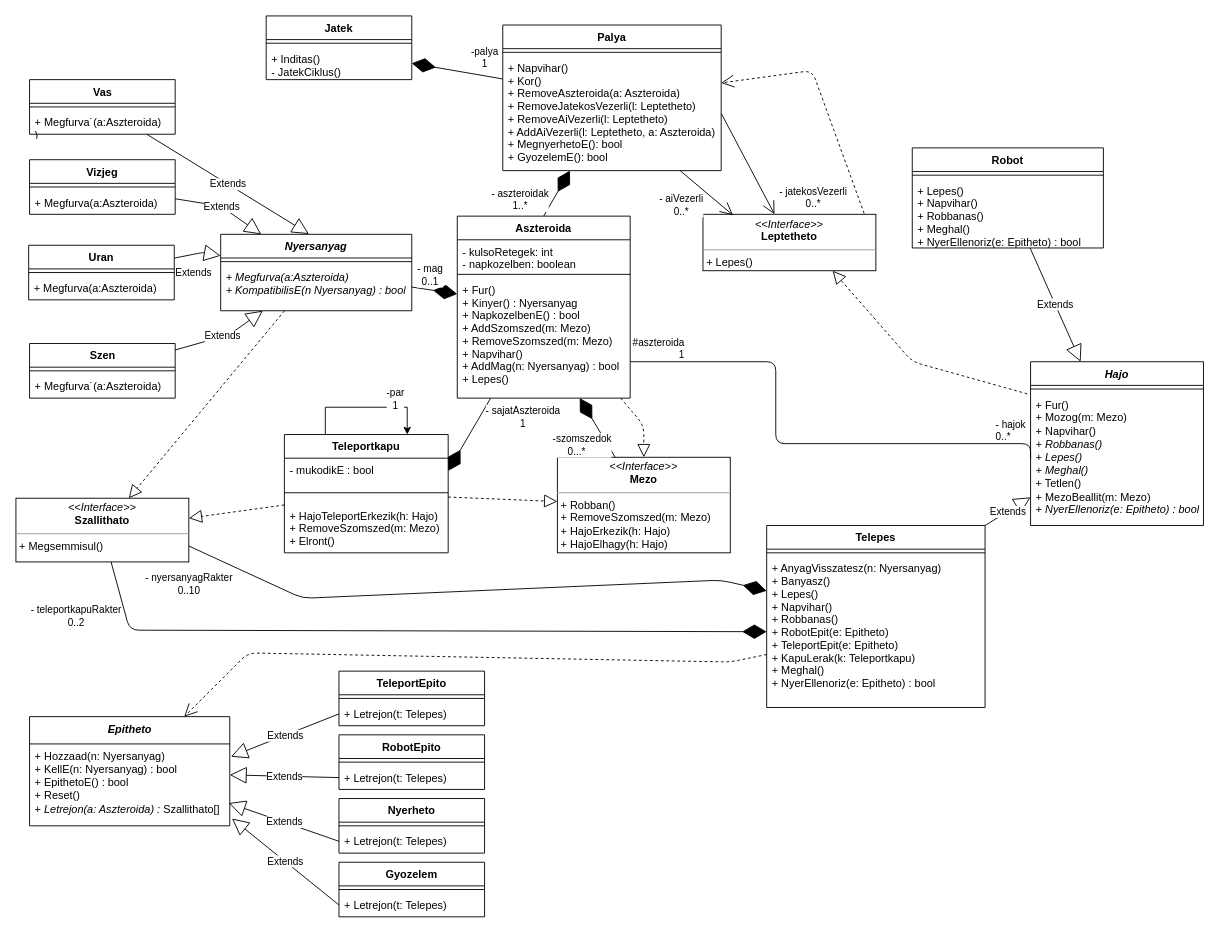
torpeBoiGo/aszteroidabanyaszat keeps this draw.io diagram as doc/uml/class.drawio. Above is the earlier version. Source tidied: cells renumbered, new cells numbered last; positions are measured from the earlier drawing's top-left corner, leaving out a move shared by most shapes. Both pictures are drawn from the tidied source at 91%, with x=0, y=0 at pixel (15, 15).
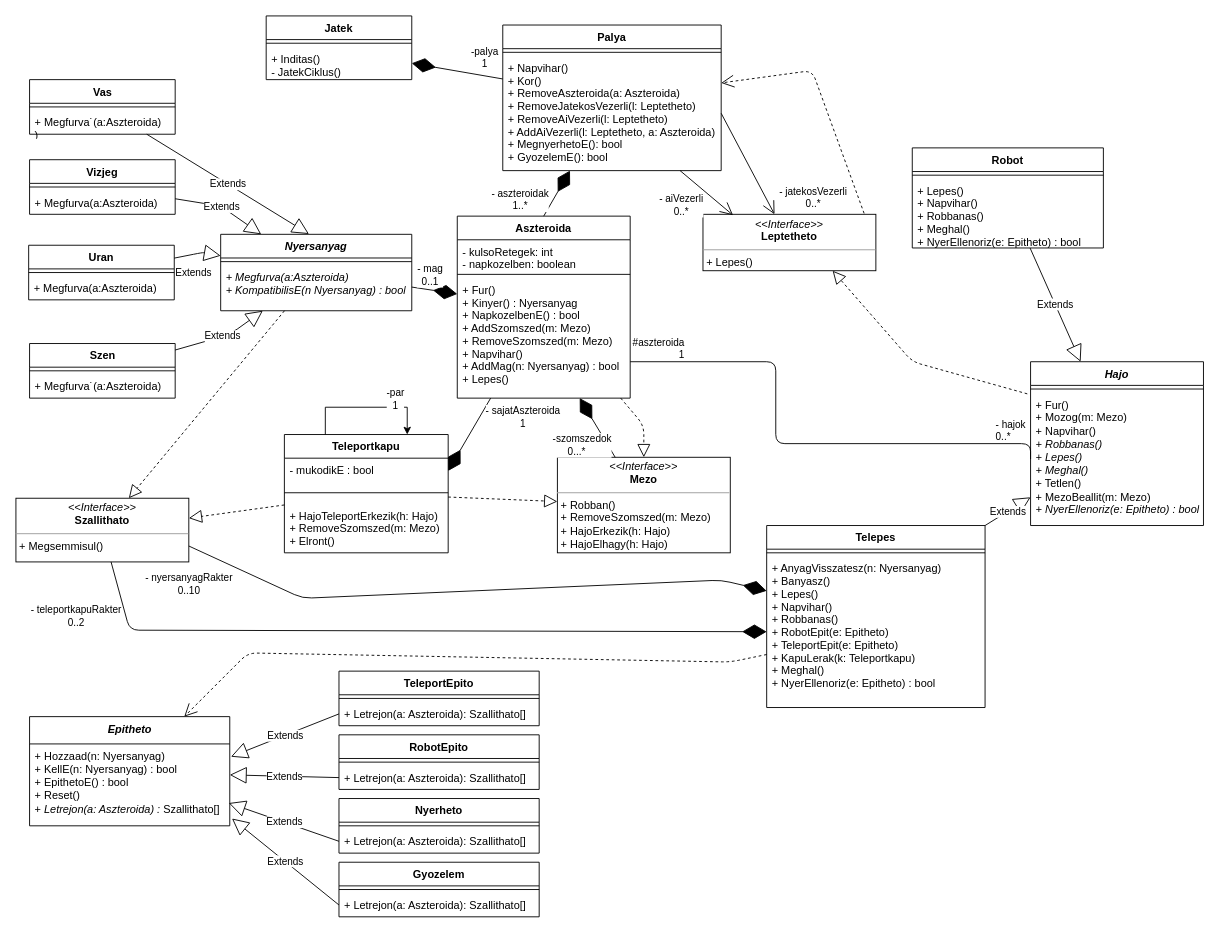
The same page after the edit.

Commit message:
+ Letrejon(a: Aszteroida): Szallithato[]

What changed in the source:
```diff
@@
     <mxCell id="73" value="TeleportEpito" style="swimlane;fontStyle=1;align=center;verticalAlign=top;horizontal=1;startSize=26;" parent="1" vertex="1">
-      <mxGeometry x="355" y="720" width="160" height="60" as="geometry" />
+      <mxGeometry x="355" y="720" width="220" height="60" as="geometry" />
     </mxCell>
     <mxCell id="74" style="line;strokeWidth=1;fillColor=none;align=left;verticalAlign=middle;spacingTop=-1;spacingLeft=3;spacingRight=3;labelPosition=right;" parent="73" vertex="1">
-      <mxGeometry y="26" width="160" height="8" as="geometry" />
+      <mxGeometry y="26" width="220" height="8" as="geometry" />
     </mxCell>
-    <mxCell id="75" value="+ Letrejon(t: Telepes)" style="text;strokeColor=none;fillColor=none;align=left;verticalAlign=top;spacingLeft=4;spacingRight=4;overflow=hidden;points=[[0,0.5],[1,0.5]];portConstraint=eastwest;" parent="73" vertex="1">
-      <mxGeometry y="34" width="160" height="26" as="geometry" />
+    <mxCell id="75" value="+ Letrejon(a: Aszteroida): Szallithato[]" style="text;strokeColor=none;fillColor=none;align=left;verticalAlign=top;spacingLeft=4;spacingRight=4;overflow=hidden;points=[[0,0.5],[1,0.5]];portConstraint=eastwest;" parent="73" vertex="1">
+      <mxGeometry y="34" width="220" height="26" as="geometry" />
     </mxCell>
     <mxCell id="76" value="RobotEpito" style="swimlane;fontStyle=1;align=center;verticalAlign=top;horizontal=1;startSize=26;" parent="1" vertex="1">
-      <mxGeometry x="355" y="790" width="160" height="60" as="geometry" />
+      <mxGeometry x="355" y="790" width="220" height="60" as="geometry" />
     </mxCell>
     <mxCell id="77" style="line;strokeWidth=1;fillColor=none;align=left;verticalAlign=middle;spacingTop=-1;spacingLeft=3;spacingRight=3;labelPosition=right;" parent="76" vertex="1">
-      <mxGeometry y="26" width="160" height="8" as="geometry" />
+      <mxGeometry y="26" width="220" height="8" as="geometry" />
     </mxCell>
-    <mxCell id="78" value="+ Letrejon(t: Telepes)" style="text;strokeColor=none;fillColor=none;align=left;verticalAlign=top;spacingLeft=4;spacingRight=4;overflow=hidden;points=[[0,0.5],[1,0.5]];portConstraint=eastwest;" parent="76" vertex="1">
-      <mxGeometry y="34" width="160" height="26" as="geometry" />
+    <mxCell id="78" value="+ Letrejon(a: Aszteroida): Szallithato[]" style="text;strokeColor=none;fillColor=none;align=left;verticalAlign=top;spacingLeft=4;spacingRight=4;overflow=hidden;points=[[0,0.5],[1,0.5]];portConstraint=eastwest;" parent="76" vertex="1">
+      <mxGeometry y="34" width="220" height="26" as="geometry" />
     </mxCell>
     <mxCell id="79" value="Gyozelem&#10;" style="swimlane;fontStyle=1;align=center;verticalAlign=top;horizontal=1;startSize=26;" parent="1" vertex="1">
-      <mxGeometry x="355" y="930" width="160" height="60" as="geometry" />
+      <mxGeometry x="355" y="930" width="220" height="60" as="geometry" />
     </mxCell>
     <mxCell id="80" style="line;strokeWidth=1;fillColor=none;align=left;verticalAlign=middle;spacingTop=-1;spacingLeft=3;spacingRight=3;labelPosition=right;" parent="79" vertex="1">
-      <mxGeometry y="26" width="160" height="8" as="geometry" />
+      <mxGeometry y="26" width="220" height="8" as="geometry" />
     </mxCell>
-    <mxCell id="81" value="+ Letrejon(t: Telepes)" style="text;strokeColor=none;fillColor=none;align=left;verticalAlign=top;spacingLeft=4;spacingRight=4;overflow=hidden;points=[[0,0.5],[1,0.5]];portConstraint=eastwest;" parent="79" vertex="1">
-      <mxGeometry y="34" width="160" height="26" as="geometry" />
+    <mxCell id="81" value="+ Letrejon(a: Aszteroida): Szallithato[]" style="text;strokeColor=none;fillColor=none;align=left;verticalAlign=top;spacingLeft=4;spacingRight=4;overflow=hidden;points=[[0,0.5],[1,0.5]];portConstraint=eastwest;" parent="79" vertex="1">
+      <mxGeometry y="34" width="220" height="26" as="geometry" />
     </mxCell>
     <mxCell id="82" value="Nyerheto" style="swimlane;fontStyle=1;align=center;verticalAlign=top;horizontal=1;startSize=26;" parent="1" vertex="1">
-      <mxGeometry x="355" y="860" width="160" height="60" as="geometry" />
+      <mxGeometry x="355" y="860" width="220" height="60" as="geometry" />
     </mxCell>
     <mxCell id="83" style="line;strokeWidth=1;fillColor=none;align=left;verticalAlign=middle;spacingTop=-1;spacingLeft=3;spacingRight=3;labelPosition=right;" parent="82" vertex="1">
-      <mxGeometry y="26" width="160" height="8" as="geometry" />
+      <mxGeometry y="26" width="220" height="8" as="geometry" />
     </mxCell>
-    <mxCell id="84" value="+ Letrejon(t: Telepes)" style="text;strokeColor=none;fillColor=none;align=left;verticalAlign=top;spacingLeft=4;spacingRight=4;overflow=hidden;points=[[0,0.5],[1,0.5]];portConstraint=eastwest;" parent="82" vertex="1">
-      <mxGeometry y="34" width="160" height="26" as="geometry" />
+    <mxCell id="84" value="+ Letrejon(a: Aszteroida): Szallithato[]" style="text;strokeColor=none;fillColor=none;align=left;verticalAlign=top;spacingLeft=4;spacingRight=4;overflow=hidden;points=[[0,0.5],[1,0.5]];portConstraint=eastwest;" parent="82" vertex="1">
+      <mxGeometry y="34" width="220" height="26" as="geometry" />
     </mxCell>
```
